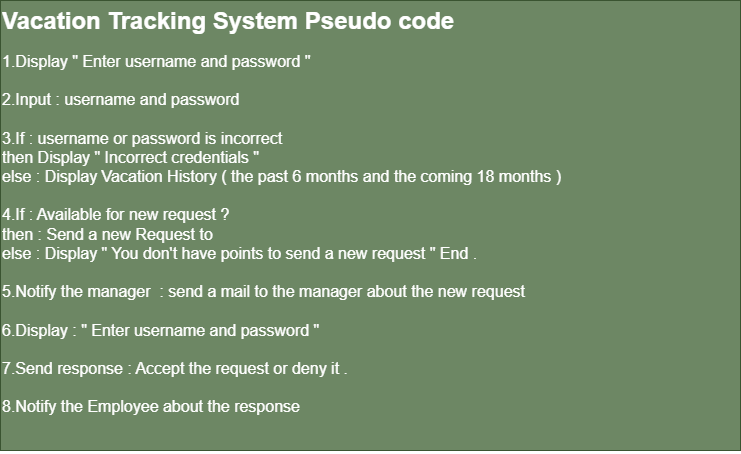
This is VTS Psudocode.drawio.png from Sokaraa/Vacation-Tracking-System-, a draw.io export, as it was before one commit. Source tidied: cells renumbered, new cells last; positions are measured from the earlier drawing's top-left corner, leaving out a move shared by most shapes. Source of this version:
```xml
<mxGraphModel>
  <root>
    <mxCell id="0" />
    <mxCell id="1" parent="0" />
    <mxCell id="2" value="&lt;h1 style=&quot;margin-top: 0px;&quot;&gt;Vacation Tracking System Pseudo code&amp;nbsp;&lt;/h1&gt;&lt;div&gt;&lt;span style=&quot;font-size: 16px;&quot;&gt;1.Display &quot; Enter username and password &quot;&amp;nbsp;&lt;/span&gt;&lt;/div&gt;&lt;div&gt;&lt;span style=&quot;font-size: 16px;&quot;&gt;&lt;br&gt;&lt;/span&gt;&lt;/div&gt;&lt;div&gt;&lt;span style=&quot;font-size: 16px;&quot;&gt;2.Input : username and password&amp;nbsp;&lt;/span&gt;&lt;/div&gt;&lt;div&gt;&lt;span style=&quot;font-size: 16px;&quot;&gt;&lt;br&gt;&lt;/span&gt;&lt;/div&gt;&lt;div&gt;&lt;span style=&quot;font-size: 16px;&quot;&gt;3.If : username or password is incorrect&amp;nbsp;&lt;/span&gt;&lt;/div&gt;&lt;div&gt;&lt;span style=&quot;font-size: 16px;&quot;&gt;then Display &quot; Incorrect credentials &quot;&lt;/span&gt;&lt;/div&gt;&lt;div&gt;&lt;span style=&quot;font-size: 16px;&quot;&gt;else : Display Vacation History ( the past 6 months and the coming 18 months )&lt;/span&gt;&lt;/div&gt;&lt;div&gt;&lt;span style=&quot;font-size: 16px;&quot;&gt;&amp;nbsp;&lt;/span&gt;&lt;/div&gt;&lt;div&gt;&lt;span style=&quot;font-size: 16px;&quot;&gt;4.If : Available for new request ?&lt;/span&gt;&lt;/div&gt;&lt;div&gt;&lt;span style=&quot;font-size: 16px;&quot;&gt;then : Send a new Request to&amp;nbsp;&lt;/span&gt;&lt;/div&gt;&lt;div&gt;&lt;span style=&quot;font-size: 16px;&quot;&gt;else : Display &quot; You don't have points to send a new request &quot; End .&lt;/span&gt;&lt;/div&gt;&lt;div&gt;&lt;span style=&quot;font-size: 16px;&quot;&gt;&lt;br&gt;&lt;/span&gt;&lt;/div&gt;&lt;div&gt;&lt;span style=&quot;font-size: 16px;&quot;&gt;5.Notify the manager&amp;nbsp; : send a mail to the manager about the new request&amp;nbsp;&lt;/span&gt;&lt;/div&gt;&lt;div&gt;&lt;span style=&quot;font-size: 16px;&quot;&gt;&lt;br&gt;&lt;/span&gt;&lt;/div&gt;&lt;div&gt;&lt;span style=&quot;font-size: 16px;&quot;&gt;6.Display : &quot; Enter username and password &quot;&amp;nbsp;&lt;/span&gt;&lt;/div&gt;&lt;div&gt;&lt;span style=&quot;font-size: 16px;&quot;&gt;&lt;br&gt;&lt;/span&gt;&lt;/div&gt;&lt;div&gt;&lt;span style=&quot;font-size: 16px;&quot;&gt;7.Send response : Accept the request or deny it .&lt;/span&gt;&lt;/div&gt;&lt;div&gt;&lt;span style=&quot;font-size: 16px;&quot;&gt;&lt;br&gt;&lt;/span&gt;&lt;/div&gt;&lt;div&gt;&lt;span style=&quot;font-size: 16px;&quot;&gt;8.Notify the Employee about the response&amp;nbsp;&lt;/span&gt;&lt;/div&gt;&lt;div&gt;&lt;br&gt;&lt;/div&gt;" style="text;html=1;whiteSpace=wrap;overflow=hidden;rounded=0;fillColor=#6d8764;fontColor=#ffffff;strokeColor=#3A5431;" parent="1" vertex="1">
      <mxGeometry width="740" height="450" as="geometry" />
    </mxCell>
  </root>
</mxGraphModel>
```
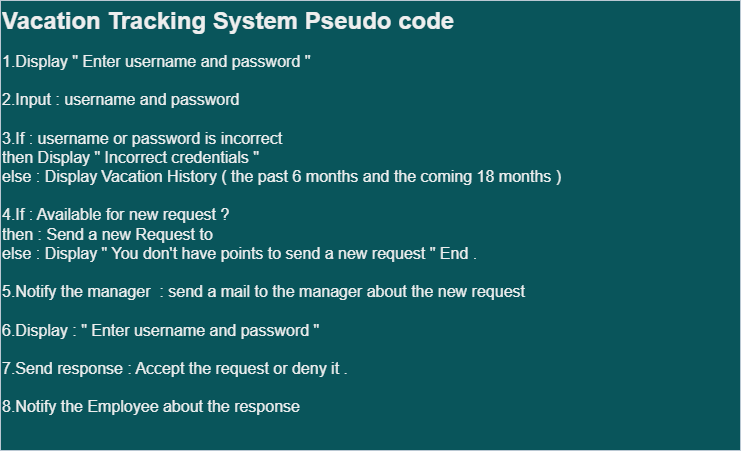
After the commit.

Change to the diagram source:
```diff
@@ -2,7 +2,7 @@
   <root>
     <mxCell id="0" />
     <mxCell id="1" parent="0" />
-    <mxCell id="2" value="&lt;h1 style=&quot;margin-top: 0px;&quot;&gt;Vacation Tracking System Pseudo code&amp;nbsp;&lt;/h1&gt;&lt;div&gt;&lt;span style=&quot;font-size: 16px;&quot;&gt;1.Display &quot; Enter username and password &quot;&amp;nbsp;&lt;/span&gt;&lt;/div&gt;&lt;div&gt;&lt;span style=&quot;font-size: 16px;&quot;&gt;&lt;br&gt;&lt;/span&gt;&lt;/div&gt;&lt;div&gt;&lt;span style=&quot;font-size: 16px;&quot;&gt;2.Input : username and password&amp;nbsp;&lt;/span&gt;&lt;/div&gt;&lt;div&gt;&lt;span style=&quot;font-size: 16px;&quot;&gt;&lt;br&gt;&lt;/span&gt;&lt;/div&gt;&lt;div&gt;&lt;span style=&quot;font-size: 16px;&quot;&gt;3.If : username or password is incorrect&amp;nbsp;&lt;/span&gt;&lt;/div&gt;&lt;div&gt;&lt;span style=&quot;font-size: 16px;&quot;&gt;then Display &quot; Incorrect credentials &quot;&lt;/span&gt;&lt;/div&gt;&lt;div&gt;&lt;span style=&quot;font-size: 16px;&quot;&gt;else : Display Vacation History ( the past 6 months and the coming 18 months )&lt;/span&gt;&lt;/div&gt;&lt;div&gt;&lt;span style=&quot;font-size: 16px;&quot;&gt;&amp;nbsp;&lt;/span&gt;&lt;/div&gt;&lt;div&gt;&lt;span style=&quot;font-size: 16px;&quot;&gt;4.If : Available for new request ?&lt;/span&gt;&lt;/div&gt;&lt;div&gt;&lt;span style=&quot;font-size: 16px;&quot;&gt;then : Send a new Request to&amp;nbsp;&lt;/span&gt;&lt;/div&gt;&lt;div&gt;&lt;span style=&quot;font-size: 16px;&quot;&gt;else : Display &quot; You don't have points to send a new request &quot; End .&lt;/span&gt;&lt;/div&gt;&lt;div&gt;&lt;span style=&quot;font-size: 16px;&quot;&gt;&lt;br&gt;&lt;/span&gt;&lt;/div&gt;&lt;div&gt;&lt;span style=&quot;font-size: 16px;&quot;&gt;5.Notify the manager&amp;nbsp; : send a mail to the manager about the new request&amp;nbsp;&lt;/span&gt;&lt;/div&gt;&lt;div&gt;&lt;span style=&quot;font-size: 16px;&quot;&gt;&lt;br&gt;&lt;/span&gt;&lt;/div&gt;&lt;div&gt;&lt;span style=&quot;font-size: 16px;&quot;&gt;6.Display : &quot; Enter username and password &quot;&amp;nbsp;&lt;/span&gt;&lt;/div&gt;&lt;div&gt;&lt;span style=&quot;font-size: 16px;&quot;&gt;&lt;br&gt;&lt;/span&gt;&lt;/div&gt;&lt;div&gt;&lt;span style=&quot;font-size: 16px;&quot;&gt;7.Send response : Accept the request or deny it .&lt;/span&gt;&lt;/div&gt;&lt;div&gt;&lt;span style=&quot;font-size: 16px;&quot;&gt;&lt;br&gt;&lt;/span&gt;&lt;/div&gt;&lt;div&gt;&lt;span style=&quot;font-size: 16px;&quot;&gt;8.Notify the Employee about the response&amp;nbsp;&lt;/span&gt;&lt;/div&gt;&lt;div&gt;&lt;br&gt;&lt;/div&gt;" style="text;html=1;whiteSpace=wrap;overflow=hidden;rounded=0;fillColor=#6d8764;fontColor=#ffffff;strokeColor=#3A5431;" parent="1" vertex="1">
+    <mxCell id="2" value="&lt;h1 style=&quot;margin-top: 0px;&quot;&gt;Vacation Tracking System Pseudo code&amp;nbsp;&lt;/h1&gt;&lt;div&gt;&lt;span style=&quot;font-size: 16px;&quot;&gt;1.Display &quot; Enter username and password &quot;&amp;nbsp;&lt;/span&gt;&lt;/div&gt;&lt;div&gt;&lt;span style=&quot;font-size: 16px;&quot;&gt;&lt;br&gt;&lt;/span&gt;&lt;/div&gt;&lt;div&gt;&lt;span style=&quot;font-size: 16px;&quot;&gt;2.Input : username and password&amp;nbsp;&lt;/span&gt;&lt;/div&gt;&lt;div&gt;&lt;span style=&quot;font-size: 16px;&quot;&gt;&lt;br&gt;&lt;/span&gt;&lt;/div&gt;&lt;div&gt;&lt;span style=&quot;font-size: 16px;&quot;&gt;3.If : username or password is incorrect&amp;nbsp;&lt;/span&gt;&lt;/div&gt;&lt;div&gt;&lt;span style=&quot;font-size: 16px;&quot;&gt;then Display &quot; Incorrect credentials &quot;&lt;/span&gt;&lt;/div&gt;&lt;div&gt;&lt;span style=&quot;font-size: 16px;&quot;&gt;else : Display Vacation History ( the past 6 months and the coming 18 months )&lt;/span&gt;&lt;/div&gt;&lt;div&gt;&lt;span style=&quot;font-size: 16px;&quot;&gt;&amp;nbsp;&lt;/span&gt;&lt;/div&gt;&lt;div&gt;&lt;span style=&quot;font-size: 16px;&quot;&gt;4.If : Available for new request ?&lt;/span&gt;&lt;/div&gt;&lt;div&gt;&lt;span style=&quot;font-size: 16px;&quot;&gt;then : Send a new Request to&amp;nbsp;&lt;/span&gt;&lt;/div&gt;&lt;div&gt;&lt;span style=&quot;font-size: 16px;&quot;&gt;else : Display &quot; You don't have points to send a new request &quot; End .&lt;/span&gt;&lt;/div&gt;&lt;div&gt;&lt;span style=&quot;font-size: 16px;&quot;&gt;&lt;br&gt;&lt;/span&gt;&lt;/div&gt;&lt;div&gt;&lt;span style=&quot;font-size: 16px;&quot;&gt;5.Notify the manager&amp;nbsp; : send a mail to the manager about the new request&amp;nbsp;&lt;/span&gt;&lt;/div&gt;&lt;div&gt;&lt;span style=&quot;font-size: 16px;&quot;&gt;&lt;br&gt;&lt;/span&gt;&lt;/div&gt;&lt;div&gt;&lt;span style=&quot;font-size: 16px;&quot;&gt;6.Display : &quot; Enter username and password &quot;&amp;nbsp;&lt;/span&gt;&lt;/div&gt;&lt;div&gt;&lt;span style=&quot;font-size: 16px;&quot;&gt;&lt;br&gt;&lt;/span&gt;&lt;/div&gt;&lt;div&gt;&lt;span style=&quot;font-size: 16px;&quot;&gt;7.Send response : Accept the request or deny it .&lt;/span&gt;&lt;/div&gt;&lt;div&gt;&lt;span style=&quot;font-size: 16px;&quot;&gt;&lt;br&gt;&lt;/span&gt;&lt;/div&gt;&lt;div&gt;&lt;span style=&quot;font-size: 16px;&quot;&gt;8.Notify the Employee about the response&amp;nbsp;&lt;/span&gt;&lt;/div&gt;&lt;div&gt;&lt;br&gt;&lt;/div&gt;" style="text;html=1;whiteSpace=wrap;overflow=hidden;rounded=0;fillColor=#09555B;fontColor=#EEEEEE;strokeColor=#BAC8D3;labelBackgroundColor=none;" parent="1" vertex="1">
       <mxGeometry width="740" height="450" as="geometry" />
     </mxCell>
   </root>
```
